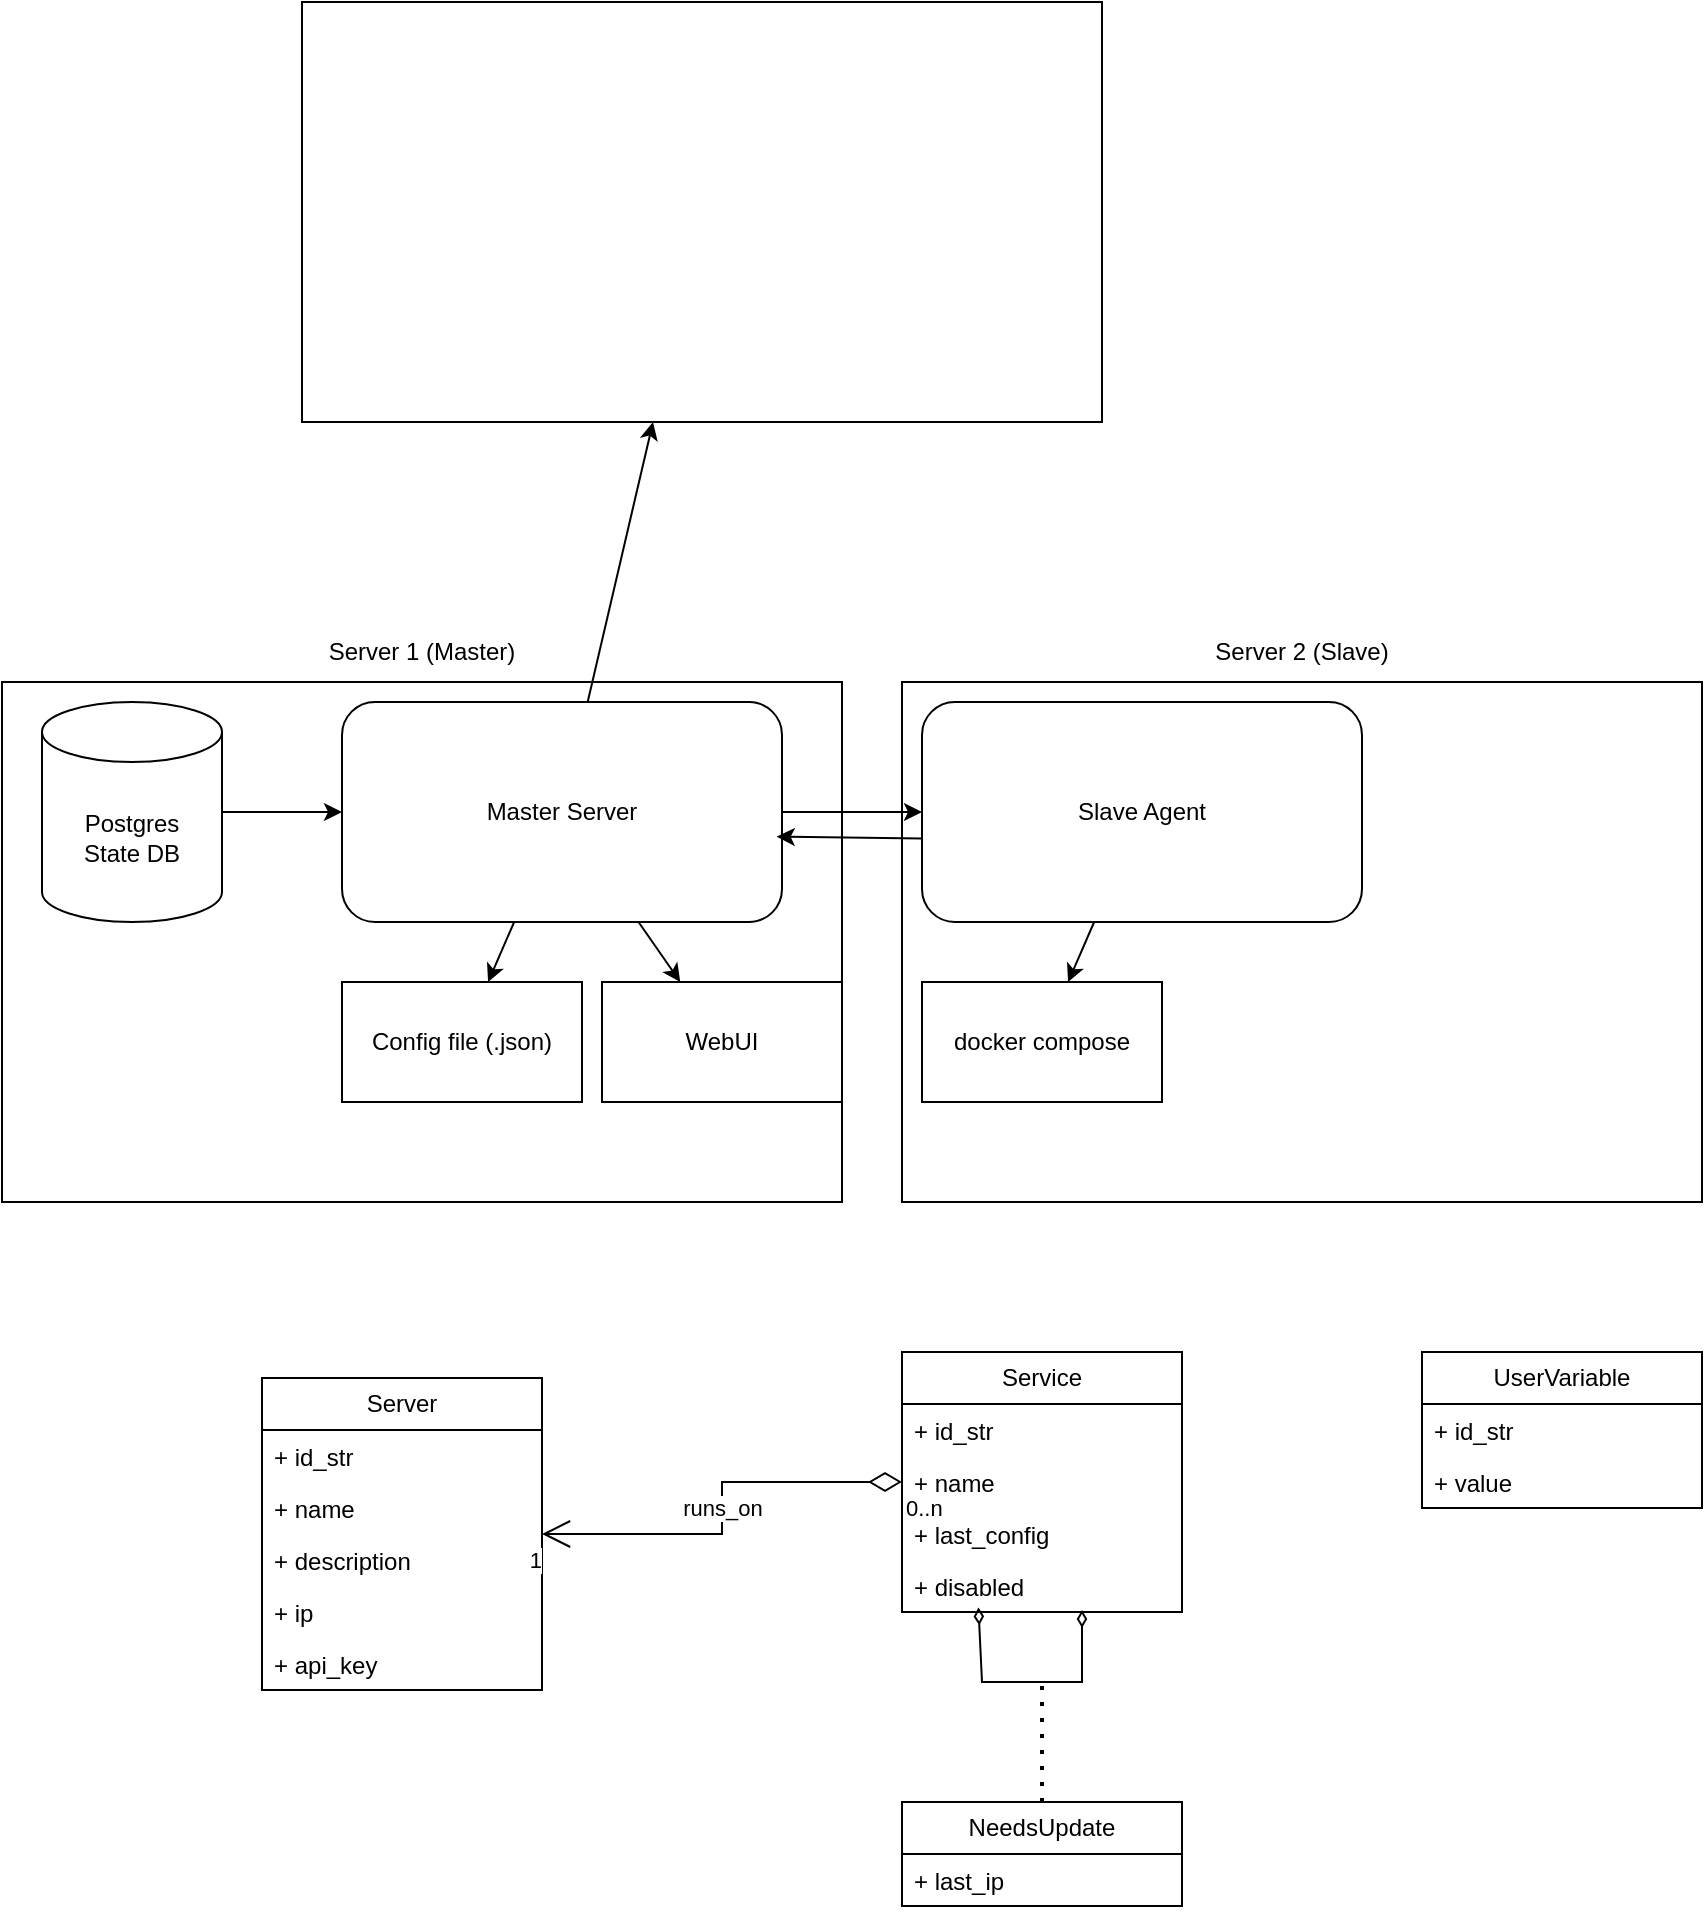
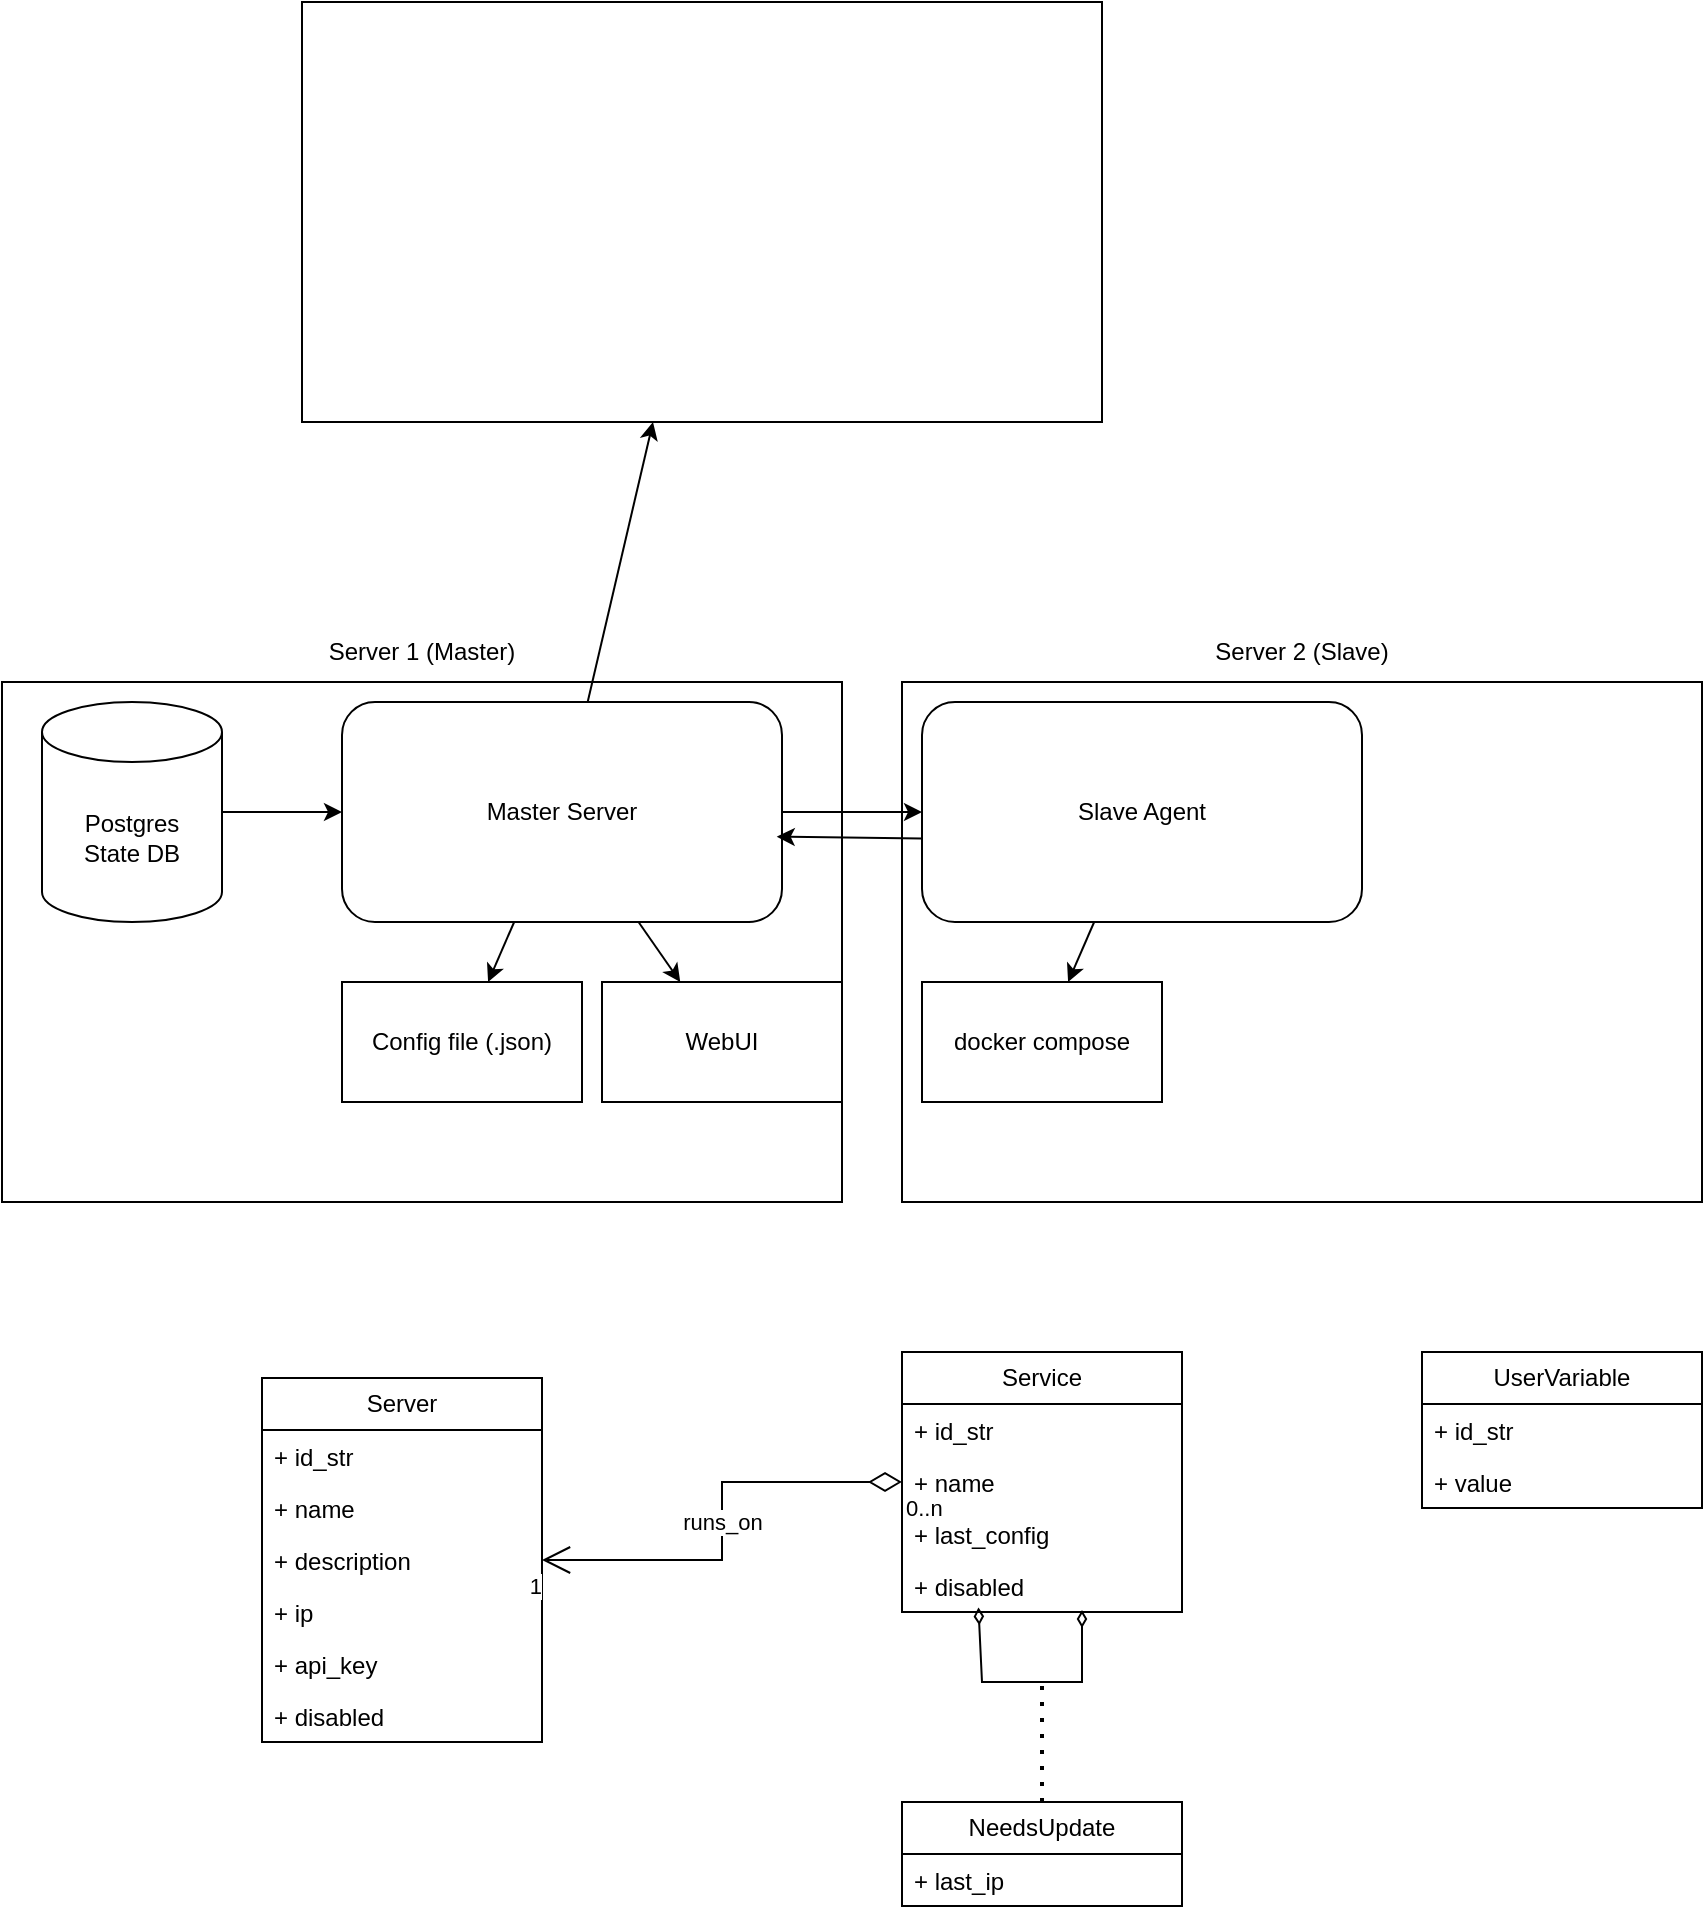
<mxfile host="Electron">
  <diagram name="Page-1" id="u04dbDLROSChQwQIIN78">
-     <mxGraphModel dx="357" dy="1666" grid="1" gridSize="10" guides="1" tooltips="1" connect="1" arrows="1" fold="1" page="1" pageScale="1" pageWidth="850" pageHeight="1100" math="0" shadow="0">
+     <mxGraphModel dx="1153" dy="1790" grid="1" gridSize="10" guides="1" tooltips="1" connect="1" arrows="1" fold="1" page="1" pageScale="1" pageWidth="850" pageHeight="1100" math="0" shadow="0">
      <root>
        <mxCell id="0" />
        <mxCell id="1" parent="0" />
        <mxCell id="9iV64V9ao0oustIcTG5U-1" parent="1" style="rounded=0;whiteSpace=wrap;html=1;" value="" vertex="1">
          <mxGeometry height="260" width="420" y="160" as="geometry" />
        </mxCell>
        <mxCell id="7rpz_S_4JCBHVgRM38Kg-1" parent="1" style="shape=cylinder3;whiteSpace=wrap;html=1;boundedLbl=1;backgroundOutline=1;size=15;" value="Postgres&lt;div&gt;State DB&lt;/div&gt;" vertex="1">
          <mxGeometry height="110" width="90" x="20" y="170" as="geometry" />
        </mxCell>
        <mxCell id="9iV64V9ao0oustIcTG5U-2" parent="1" style="text;html=1;whiteSpace=wrap;strokeColor=none;fillColor=none;align=center;verticalAlign=middle;rounded=0;" value="Server 1 (Master)" vertex="1">
          <mxGeometry height="30" width="420" y="130" as="geometry" />
        </mxCell>
        <mxCell id="9iV64V9ao0oustIcTG5U-3" edge="1" parent="1" source="9iV64V9ao0oustIcTG5U-4" style="endArrow=classic;html=1;rounded=0;" value="">
          <mxGeometry height="50" relative="1" width="50" as="geometry">
            <mxPoint x="140" y="240" as="sourcePoint" />
            <mxPoint x="219" y="226" as="targetPoint" />
          </mxGeometry>
        </mxCell>
        <mxCell id="9iV64V9ao0oustIcTG5U-5" edge="1" parent="1" source="7rpz_S_4JCBHVgRM38Kg-1" style="endArrow=classic;html=1;rounded=0;" target="9iV64V9ao0oustIcTG5U-4" value="">
          <mxGeometry height="50" relative="1" width="50" as="geometry">
            <mxPoint x="110" y="225" as="sourcePoint" />
            <mxPoint x="219" y="226" as="targetPoint" />
          </mxGeometry>
        </mxCell>
        <mxCell id="9iV64V9ao0oustIcTG5U-4" parent="1" style="rounded=1;whiteSpace=wrap;html=1;" value="Master Server" vertex="1">
          <mxGeometry height="110" width="220" x="170" y="170" as="geometry" />
        </mxCell>
        <mxCell id="9iV64V9ao0oustIcTG5U-8" parent="1" style="rounded=0;whiteSpace=wrap;html=1;" value="Config file (.json)" vertex="1">
          <mxGeometry height="60" width="120" x="170" y="310" as="geometry" />
        </mxCell>
        <mxCell id="9iV64V9ao0oustIcTG5U-9" edge="1" parent="1" source="9iV64V9ao0oustIcTG5U-4" style="endArrow=classic;html=1;rounded=0;" target="9iV64V9ao0oustIcTG5U-8" value="">
          <mxGeometry height="50" relative="1" width="50" as="geometry">
            <mxPoint x="230" y="240" as="sourcePoint" />
            <mxPoint x="280" y="190" as="targetPoint" />
          </mxGeometry>
        </mxCell>
        <mxCell id="9iV64V9ao0oustIcTG5U-10" parent="1" style="rounded=0;whiteSpace=wrap;html=1;" value="WebUI" vertex="1">
          <mxGeometry height="60" width="120" x="300" y="310" as="geometry" />
        </mxCell>
        <mxCell id="9iV64V9ao0oustIcTG5U-11" edge="1" parent="1" source="9iV64V9ao0oustIcTG5U-4" style="endArrow=classic;html=1;rounded=0;" target="9iV64V9ao0oustIcTG5U-10" value="">
          <mxGeometry height="50" relative="1" width="50" as="geometry">
            <mxPoint x="253" y="290" as="sourcePoint" />
            <mxPoint x="240" y="320" as="targetPoint" />
          </mxGeometry>
        </mxCell>
        <mxCell id="9iV64V9ao0oustIcTG5U-12" edge="1" parent="1" source="9iV64V9ao0oustIcTG5U-4" style="endArrow=classic;html=1;rounded=0;" target="9iV64V9ao0oustIcTG5U-13" value="">
          <mxGeometry height="50" relative="1" width="50" as="geometry">
            <mxPoint x="310" y="170" as="sourcePoint" />
            <mxPoint x="340" y="30" as="targetPoint" />
          </mxGeometry>
        </mxCell>
        <mxCell id="9iV64V9ao0oustIcTG5U-13" parent="1" style="rounded=0;whiteSpace=wrap;html=1;" value="" vertex="1">
          <mxGeometry height="210" width="400" x="150" y="-180" as="geometry" />
        </mxCell>
        <mxCell id="9iV64V9ao0oustIcTG5U-15" parent="1" style="swimlane;fontStyle=0;childLayout=stackLayout;horizontal=1;startSize=26;fillColor=none;horizontalStack=0;resizeParent=1;resizeParentMax=0;resizeLast=0;collapsible=1;marginBottom=0;whiteSpace=wrap;html=1;" value="Server" vertex="1">
-           <mxGeometry height="156" width="140" x="130" y="508" as="geometry" />
+           <mxGeometry height="182" width="140" x="130" y="508" as="geometry" />
        </mxCell>
        <mxCell id="9iV64V9ao0oustIcTG5U-16" parent="9iV64V9ao0oustIcTG5U-15" style="text;strokeColor=none;fillColor=none;align=left;verticalAlign=top;spacingLeft=4;spacingRight=4;overflow=hidden;rotatable=0;points=[[0,0.5],[1,0.5]];portConstraint=eastwest;whiteSpace=wrap;html=1;" value="+ id_str" vertex="1">
          <mxGeometry height="26" width="140" y="26" as="geometry" />
        </mxCell>
        <mxCell id="QAZGeB9ZXG2ebW3zgeek-1" parent="9iV64V9ao0oustIcTG5U-15" style="text;strokeColor=none;fillColor=none;align=left;verticalAlign=top;spacingLeft=4;spacingRight=4;overflow=hidden;rotatable=0;points=[[0,0.5],[1,0.5]];portConstraint=eastwest;whiteSpace=wrap;html=1;" value="+ name" vertex="1">
          <mxGeometry height="26" width="140" y="52" as="geometry" />
        </mxCell>
        <mxCell id="9iV64V9ao0oustIcTG5U-17" parent="9iV64V9ao0oustIcTG5U-15" style="text;strokeColor=none;fillColor=none;align=left;verticalAlign=top;spacingLeft=4;spacingRight=4;overflow=hidden;rotatable=0;points=[[0,0.5],[1,0.5]];portConstraint=eastwest;whiteSpace=wrap;html=1;" value="+ description" vertex="1">
          <mxGeometry height="26" width="140" y="78" as="geometry" />
        </mxCell>
        <mxCell id="9iV64V9ao0oustIcTG5U-48" parent="9iV64V9ao0oustIcTG5U-15" style="text;strokeColor=none;fillColor=none;align=left;verticalAlign=top;spacingLeft=4;spacingRight=4;overflow=hidden;rotatable=0;points=[[0,0.5],[1,0.5]];portConstraint=eastwest;whiteSpace=wrap;html=1;" value="+ ip" vertex="1">
          <mxGeometry height="26" width="140" y="104" as="geometry" />
        </mxCell>
        <mxCell id="zuQy0vujCF-uNrh0Xsyj-1" parent="9iV64V9ao0oustIcTG5U-15" style="text;strokeColor=none;fillColor=none;align=left;verticalAlign=top;spacingLeft=4;spacingRight=4;overflow=hidden;rotatable=0;points=[[0,0.5],[1,0.5]];portConstraint=eastwest;whiteSpace=wrap;html=1;" value="+ api_key" vertex="1">
          <mxGeometry height="26" width="140" y="130" as="geometry" />
+         </mxCell>
+         <mxCell id="6e563NBslNJ0M3qvIwMc-1" parent="9iV64V9ao0oustIcTG5U-15" style="text;strokeColor=none;fillColor=none;align=left;verticalAlign=top;spacingLeft=4;spacingRight=4;overflow=hidden;rotatable=0;points=[[0,0.5],[1,0.5]];portConstraint=eastwest;whiteSpace=wrap;html=1;" value="+ disabled" vertex="1">
+           <mxGeometry height="26" width="140" y="156" as="geometry" />
        </mxCell>
        <mxCell id="9iV64V9ao0oustIcTG5U-19" parent="1" style="swimlane;fontStyle=0;childLayout=stackLayout;horizontal=1;startSize=26;fillColor=none;horizontalStack=0;resizeParent=1;resizeParentMax=0;resizeLast=0;collapsible=1;marginBottom=0;whiteSpace=wrap;html=1;" value="Service" vertex="1">
          <mxGeometry height="130" width="140" x="450" y="495" as="geometry" />
        </mxCell>
        <mxCell id="9iV64V9ao0oustIcTG5U-20" parent="9iV64V9ao0oustIcTG5U-19" style="text;strokeColor=none;fillColor=none;align=left;verticalAlign=top;spacingLeft=4;spacingRight=4;overflow=hidden;rotatable=0;points=[[0,0.5],[1,0.5]];portConstraint=eastwest;whiteSpace=wrap;html=1;" value="+ id_str" vertex="1">
          <mxGeometry height="26" width="140" y="26" as="geometry" />
        </mxCell>
        <mxCell id="9iV64V9ao0oustIcTG5U-23" parent="9iV64V9ao0oustIcTG5U-19" style="text;strokeColor=none;fillColor=none;align=left;verticalAlign=top;spacingLeft=4;spacingRight=4;overflow=hidden;rotatable=0;points=[[0,0.5],[1,0.5]];portConstraint=eastwest;whiteSpace=wrap;html=1;" value="+ name" vertex="1">
          <mxGeometry height="26" width="140" y="52" as="geometry" />
        </mxCell>
        <mxCell id="9iV64V9ao0oustIcTG5U-21" parent="9iV64V9ao0oustIcTG5U-19" style="text;strokeColor=none;fillColor=none;align=left;verticalAlign=top;spacingLeft=4;spacingRight=4;overflow=hidden;rotatable=0;points=[[0,0.5],[1,0.5]];portConstraint=eastwest;whiteSpace=wrap;html=1;" value="+ last_config" vertex="1">
          <mxGeometry height="26" width="140" y="78" as="geometry" />
        </mxCell>
        <mxCell id="6m8BK-Do53RptJvPzUIa-1" parent="9iV64V9ao0oustIcTG5U-19" style="text;strokeColor=none;fillColor=none;align=left;verticalAlign=top;spacingLeft=4;spacingRight=4;overflow=hidden;rotatable=0;points=[[0,0.5],[1,0.5]];portConstraint=eastwest;whiteSpace=wrap;html=1;" value="+ disabled" vertex="1">
          <mxGeometry height="26" width="140" y="104" as="geometry" />
        </mxCell>
        <mxCell id="G8093VhMWsRlcPeueSHj-9" edge="1" parent="9iV64V9ao0oustIcTG5U-19" style="endArrow=diamondThin;html=1;rounded=0;entryX=0.273;entryY=0.912;entryDx=0;entryDy=0;entryPerimeter=0;startArrow=diamondThin;startFill=0;endFill=0;" target="6m8BK-Do53RptJvPzUIa-1" value=" ">
          <mxGeometry height="50" relative="1" width="50" as="geometry">
            <Array as="points">
              <mxPoint x="90" y="165" />
              <mxPoint x="40" y="165" />
            </Array>
            <mxPoint x="90" y="129" as="sourcePoint" />
            <mxPoint x="50" y="165" as="targetPoint" />
          </mxGeometry>
        </mxCell>
        <mxCell id="9iV64V9ao0oustIcTG5U-33" parent="1" style="swimlane;fontStyle=0;childLayout=stackLayout;horizontal=1;startSize=26;fillColor=none;horizontalStack=0;resizeParent=1;resizeParentMax=0;resizeLast=0;collapsible=1;marginBottom=0;whiteSpace=wrap;html=1;" value="UserVariable" vertex="1">
          <mxGeometry height="78" width="140" x="710" y="495" as="geometry" />
        </mxCell>
        <mxCell id="9iV64V9ao0oustIcTG5U-34" parent="9iV64V9ao0oustIcTG5U-33" style="text;strokeColor=none;fillColor=none;align=left;verticalAlign=top;spacingLeft=4;spacingRight=4;overflow=hidden;rotatable=0;points=[[0,0.5],[1,0.5]];portConstraint=eastwest;whiteSpace=wrap;html=1;" value="+ id_str" vertex="1">
          <mxGeometry height="26" width="140" y="26" as="geometry" />
        </mxCell>
        <mxCell id="9iV64V9ao0oustIcTG5U-35" parent="9iV64V9ao0oustIcTG5U-33" style="text;strokeColor=none;fillColor=none;align=left;verticalAlign=top;spacingLeft=4;spacingRight=4;overflow=hidden;rotatable=0;points=[[0,0.5],[1,0.5]];portConstraint=eastwest;whiteSpace=wrap;html=1;" value="+ value" vertex="1">
          <mxGeometry height="26" width="140" y="52" as="geometry" />
        </mxCell>
        <mxCell id="9iV64V9ao0oustIcTG5U-37" edge="1" parent="1" source="9iV64V9ao0oustIcTG5U-19" style="endArrow=open;html=1;endSize=12;startArrow=diamondThin;startSize=14;startFill=0;edgeStyle=orthogonalEdgeStyle;rounded=0;" target="9iV64V9ao0oustIcTG5U-15" value="runs_on">
          <mxGeometry relative="1" as="geometry">
            <mxPoint x="300" y="670" as="sourcePoint" />
            <mxPoint x="460" y="670" as="targetPoint" />
          </mxGeometry>
        </mxCell>
        <mxCell id="9iV64V9ao0oustIcTG5U-38" connectable="0" parent="9iV64V9ao0oustIcTG5U-37" style="edgeLabel;resizable=0;html=1;align=left;verticalAlign=top;" value="0..n" vertex="1">
          <mxGeometry relative="1" x="-1" as="geometry" />
        </mxCell>
        <mxCell id="9iV64V9ao0oustIcTG5U-39" connectable="0" parent="9iV64V9ao0oustIcTG5U-37" style="edgeLabel;resizable=0;html=1;align=right;verticalAlign=top;" value="1" vertex="1">
          <mxGeometry relative="1" x="1" as="geometry" />
        </mxCell>
        <mxCell id="9iV64V9ao0oustIcTG5U-40" parent="1" style="rounded=0;whiteSpace=wrap;html=1;" value="" vertex="1">
          <mxGeometry height="260" width="400" x="450" y="160" as="geometry" />
        </mxCell>
        <mxCell id="9iV64V9ao0oustIcTG5U-41" parent="1" style="text;html=1;whiteSpace=wrap;strokeColor=none;fillColor=none;align=center;verticalAlign=middle;rounded=0;" value="Server 2 (Slave)" vertex="1">
          <mxGeometry height="30" width="400" x="450" y="130" as="geometry" />
        </mxCell>
        <mxCell id="9iV64V9ao0oustIcTG5U-42" parent="1" style="rounded=1;whiteSpace=wrap;html=1;" value="Slave Agent" vertex="1">
          <mxGeometry height="110" width="220" x="460" y="170" as="geometry" />
        </mxCell>
        <mxCell id="9iV64V9ao0oustIcTG5U-43" edge="1" parent="1" source="9iV64V9ao0oustIcTG5U-4" style="endArrow=classic;html=1;rounded=0;" target="9iV64V9ao0oustIcTG5U-42" value="">
          <mxGeometry height="50" relative="1" width="50" as="geometry">
            <mxPoint x="330" y="290" as="sourcePoint" />
            <mxPoint x="351" y="320" as="targetPoint" />
          </mxGeometry>
        </mxCell>
        <mxCell id="9iV64V9ao0oustIcTG5U-44" edge="1" parent="1" source="9iV64V9ao0oustIcTG5U-42" style="endArrow=classic;html=1;rounded=0;entryX=0.988;entryY=0.612;entryDx=0;entryDy=0;entryPerimeter=0;exitX=-0.001;exitY=0.621;exitDx=0;exitDy=0;exitPerimeter=0;" target="9iV64V9ao0oustIcTG5U-4" value="">
          <mxGeometry height="50" relative="1" width="50" as="geometry">
            <mxPoint x="410" y="220" as="sourcePoint" />
            <mxPoint x="480" y="220" as="targetPoint" />
          </mxGeometry>
        </mxCell>
        <mxCell id="9iV64V9ao0oustIcTG5U-45" parent="1" style="rounded=0;whiteSpace=wrap;html=1;" value="docker compose" vertex="1">
          <mxGeometry height="60" width="120" x="460" y="310" as="geometry" />
        </mxCell>
        <mxCell id="9iV64V9ao0oustIcTG5U-47" edge="1" parent="1" source="9iV64V9ao0oustIcTG5U-42" style="endArrow=classic;html=1;rounded=0;" target="9iV64V9ao0oustIcTG5U-45" value="">
          <mxGeometry height="50" relative="1" width="50" as="geometry">
            <mxPoint x="330" y="300" as="sourcePoint" />
            <mxPoint x="351" y="330" as="targetPoint" />
          </mxGeometry>
        </mxCell>
        <mxCell id="G8093VhMWsRlcPeueSHj-1" parent="1" style="swimlane;fontStyle=0;childLayout=stackLayout;horizontal=1;startSize=26;fillColor=none;horizontalStack=0;resizeParent=1;resizeParentMax=0;resizeLast=0;collapsible=1;marginBottom=0;whiteSpace=wrap;html=1;" value="NeedsUpdate" vertex="1">
          <mxGeometry height="52" width="140" x="450" y="720" as="geometry" />
        </mxCell>
        <mxCell id="G8093VhMWsRlcPeueSHj-4" parent="G8093VhMWsRlcPeueSHj-1" style="text;strokeColor=none;fillColor=none;align=left;verticalAlign=top;spacingLeft=4;spacingRight=4;overflow=hidden;rotatable=0;points=[[0,0.5],[1,0.5]];portConstraint=eastwest;whiteSpace=wrap;html=1;" value="+ last_ip" vertex="1">
          <mxGeometry height="26" width="140" y="26" as="geometry" />
        </mxCell>
        <mxCell id="G8093VhMWsRlcPeueSHj-11" edge="1" parent="1" source="G8093VhMWsRlcPeueSHj-1" style="endArrow=none;dashed=1;html=1;dashPattern=1 3;strokeWidth=2;rounded=0;exitX=0.5;exitY=0;exitDx=0;exitDy=0;" value="">
          <mxGeometry height="50" relative="1" width="50" as="geometry">
            <mxPoint x="470" y="710" as="sourcePoint" />
            <mxPoint x="520" y="660" as="targetPoint" />
          </mxGeometry>
        </mxCell>
      </root>
    </mxGraphModel>
  </diagram>
</mxfile>
